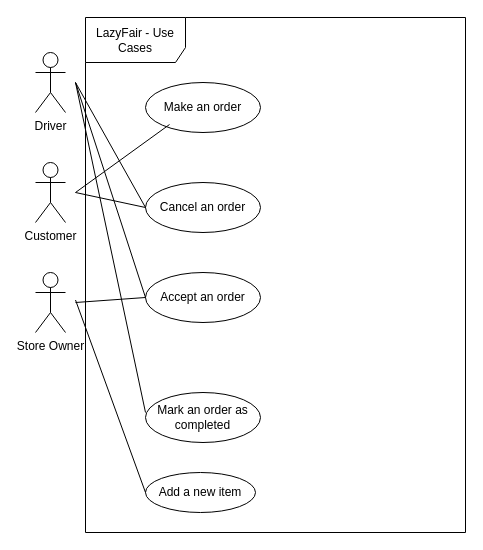
Above: Workshop 1 Use Case Diagram.drawio in antonykimuom/SWEN30006-2025-SM1-workshop1-tuew05-14-00-team-12 (draw.io), before the change. Source tidied: cells renumbered, new cells numbered last; positions are measured from the earlier drawing's top-left corner, leaving out a move shared by most shapes. Both pictures are drawn from the tidied source at 100%, with x=0, y=0 at pixel (35, 17).
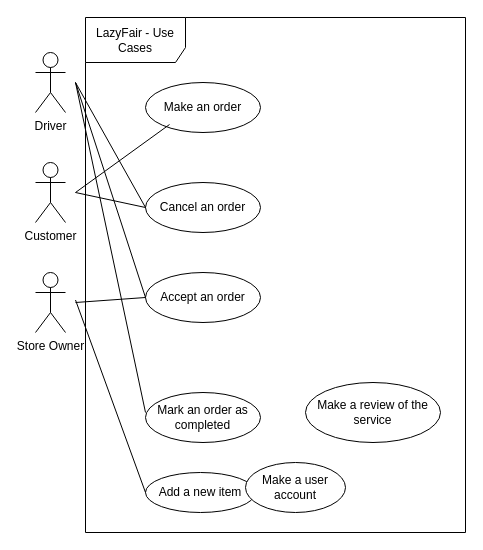
Above is the later version.

Diff of the diagram source:
```diff
@@
+    <mxCell id="18" value="Make a review of the service" style="ellipse;whiteSpace=wrap;html=1;" parent="1" vertex="1">
+      <mxGeometry x="270" y="365" width="135" height="60" as="geometry" />
+    </mxCell>
@@
+    <mxCell id="19" value="Make a user account" style="ellipse;whiteSpace=wrap;html=1;" parent="1" vertex="1">
+      <mxGeometry x="210" y="445" width="100" height="50" as="geometry" />
+    </mxCell>
```
